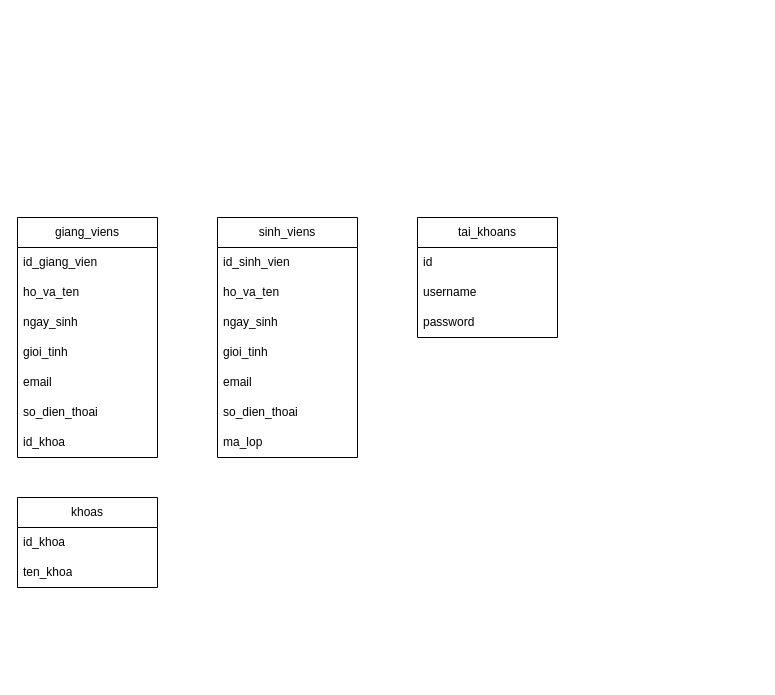
Before: CDIO4.drawio in danghoan03/danghoan03, a draw.io diagram. Source tidied: cells renumbered, new cells numbered last; positions are measured from the earlier drawing's top-left corner, leaving out a move shared by most shapes. Both pictures are drawn from the tidied source at 100%, with x=0, y=0 at pixel (17, 217).
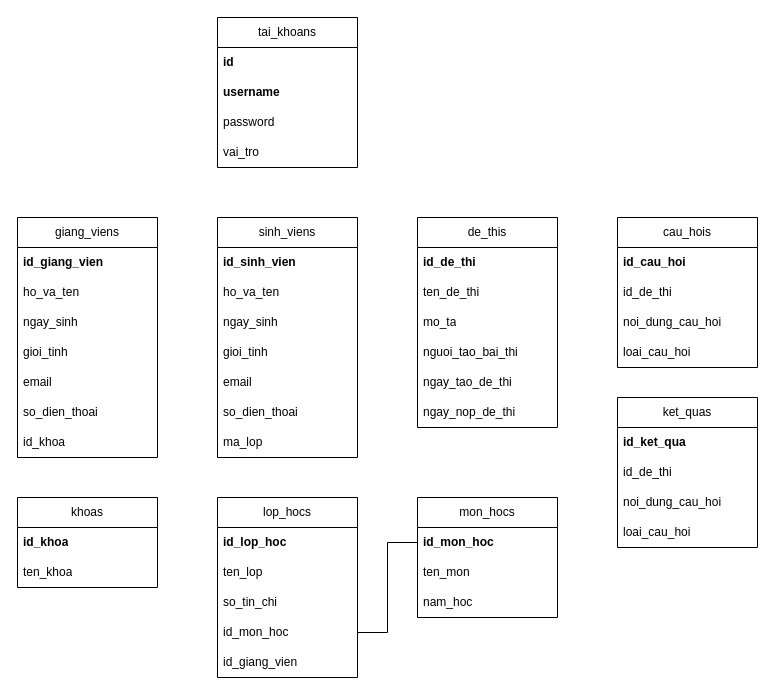
After the change.

Unchanged cells that the change refers to:
```xml
<mxCell id="2" value="giang_viens" style="swimlane;fontStyle=0;horizontal=1;startSize=30;whiteSpace=wrap;html=1;" parent="1" vertex="1">
  <mxGeometry width="140" height="240" as="geometry" />
</mxCell>
<mxCell id="10" value="sinh_viens" style="swimlane;fontStyle=0;horizontal=1;startSize=30;whiteSpace=wrap;html=1;" parent="1" vertex="1">
  <mxGeometry x="200" width="140" height="240" as="geometry" />
</mxCell>
<mxCell id="22" value="khoas" style="swimlane;fontStyle=0;horizontal=1;startSize=30;whiteSpace=wrap;html=1;" parent="1" vertex="1">
  <mxGeometry y="280" width="140" height="90" as="geometry" />
</mxCell>
```

What changed in the source:
```diff
@@
-    <mxCell id="3" value="id_giang_vien" style="text;strokeColor=none;fillColor=none;align=left;verticalAlign=middle;spacingLeft=4;spacingRight=4;overflow=hidden;whiteSpace=wrap;html=1;" parent="2" vertex="1">
+    <mxCell id="3" value="id_giang_vien" style="text;strokeColor=none;fillColor=none;align=left;verticalAlign=middle;spacingLeft=4;spacingRight=4;overflow=hidden;whiteSpace=wrap;html=1;fontStyle=1;" parent="2" vertex="1">
       <mxGeometry y="30" width="140" height="30" as="geometry" />
     </mxCell>
@@
-    <mxCell id="11" value="id_sinh_vien" style="text;strokeColor=none;fillColor=none;align=left;verticalAlign=middle;spacingLeft=4;spacingRight=4;overflow=hidden;whiteSpace=wrap;html=1;" parent="10" vertex="1">
+    <mxCell id="11" value="id_sinh_vien" style="text;strokeColor=none;fillColor=none;align=left;verticalAlign=middle;spacingLeft=4;spacingRight=4;overflow=hidden;whiteSpace=wrap;html=1;fontStyle=1;" parent="10" vertex="1">
       <mxGeometry y="30" width="140" height="30" as="geometry" />
     </mxCell>
@@
     <mxCell id="18" value="tai_khoans" style="swimlane;fontStyle=0;horizontal=1;startSize=30;whiteSpace=wrap;html=1;" parent="1" vertex="1">
-      <mxGeometry x="400" width="140" height="120" as="geometry" />
+      <mxGeometry x="200" y="-200" width="140" height="150" as="geometry" />
     </mxCell>
-    <mxCell id="19" value="id" style="text;strokeColor=none;fillColor=none;align=left;verticalAlign=middle;spacingLeft=4;spacingRight=4;overflow=hidden;whiteSpace=wrap;html=1;" parent="18" vertex="1">
+    <mxCell id="19" value="id" style="text;strokeColor=none;fillColor=none;align=left;verticalAlign=middle;spacingLeft=4;spacingRight=4;overflow=hidden;whiteSpace=wrap;html=1;fontStyle=1;" parent="18" vertex="1">
       <mxGeometry y="30" width="140" height="30" as="geometry" />
     </mxCell>
-    <mxCell id="20" value="username" style="text;strokeColor=none;fillColor=none;align=left;verticalAlign=middle;spacingLeft=4;spacingRight=4;overflow=hidden;whiteSpace=wrap;html=1;" parent="18" vertex="1">
+    <mxCell id="20" value="username" style="text;strokeColor=none;fillColor=none;align=left;verticalAlign=middle;spacingLeft=4;spacingRight=4;overflow=hidden;whiteSpace=wrap;html=1;fontStyle=1;" parent="18" vertex="1">
       <mxGeometry y="60" width="140" height="30" as="geometry" />
     </mxCell>
@@
+    <mxCell id="25" value="vai_tro" style="text;strokeColor=none;fillColor=none;align=left;verticalAlign=middle;spacingLeft=4;spacingRight=4;overflow=hidden;whiteSpace=wrap;html=1;" parent="18" vertex="1">
+      <mxGeometry y="120" width="140" height="30" as="geometry" />
+    </mxCell>
@@
-    <mxCell id="23" value="id_khoa" style="text;strokeColor=none;fillColor=none;align=left;verticalAlign=middle;spacingLeft=4;spacingRight=4;overflow=hidden;whiteSpace=wrap;html=1;" parent="22" vertex="1">
+    <mxCell id="23" value="id_khoa" style="text;strokeColor=none;fillColor=none;align=left;verticalAlign=middle;spacingLeft=4;spacingRight=4;overflow=hidden;whiteSpace=wrap;html=1;fontStyle=1;" parent="22" vertex="1">
       <mxGeometry y="30" width="140" height="30" as="geometry" />
     </mxCell>
@@
+    <mxCell id="26" value="lop_hocs" style="swimlane;fontStyle=0;horizontal=1;startSize=30;whiteSpace=wrap;html=1;" parent="1" vertex="1">
+      <mxGeometry x="200" y="280" width="140" height="180" as="geometry" />
+    </mxCell>
+    <mxCell id="27" value="id_lop_hoc" style="text;strokeColor=none;fillColor=none;align=left;verticalAlign=middle;spacingLeft=4;spacingRight=4;overflow=hidden;whiteSpace=wrap;html=1;fontStyle=1;" parent="26" vertex="1">
+      <mxGeometry y="30" width="140" height="30" as="geometry" />
+    </mxCell>
+    <mxCell id="28" value="ten_lop" style="text;strokeColor=none;fillColor=none;align=left;verticalAlign=middle;spacingLeft=4;spacingRight=4;overflow=hidden;whiteSpace=wrap;html=1;" parent="26" vertex="1">
+      <mxGeometry y="60" width="140" height="30" as="geometry" />
+    </mxCell>
+    <mxCell id="29" value="so_tin_chi" style="text;strokeColor=none;fillColor=none;align=left;verticalAlign=middle;spacingLeft=4;spacingRight=4;overflow=hidden;whiteSpace=wrap;html=1;" parent="26" vertex="1">
+      <mxGeometry y="90" width="140" height="30" as="geometry" />
+    </mxCell>
+    <mxCell id="30" value="id_mon_hoc" style="text;strokeColor=none;fillColor=none;align=left;verticalAlign=middle;spacingLeft=4;spacingRight=4;overflow=hidden;points=[[0,0.5],[1,0.5]];portConstraint=eastwest;whiteSpace=wrap;html=1;fontStyle=0;" parent="26" vertex="1">
+      <mxGeometry y="120" width="140" height="30" as="geometry" />
+    </mxCell>
+    <mxCell id="31" value="id_giang_vien" style="text;strokeColor=none;fillColor=none;align=left;verticalAlign=middle;spacingLeft=4;spacingRight=4;overflow=hidden;whiteSpace=wrap;html=1;fontStyle=0;" parent="26" vertex="1">
+      <mxGeometry y="150" width="140" height="30" as="geometry" />
+    </mxCell>
+    <mxCell id="32" value="mon_hocs" style="swimlane;fontStyle=0;horizontal=1;startSize=30;whiteSpace=wrap;html=1;" parent="1" vertex="1">
+      <mxGeometry x="400" y="280" width="140" height="120" as="geometry" />
+    </mxCell>
+    <mxCell id="33" value="id_mon_hoc" style="text;strokeColor=none;fillColor=none;align=left;verticalAlign=middle;spacingLeft=4;spacingRight=4;overflow=hidden;points=[[0,0.5],[1,0.5]];portConstraint=eastwest;whiteSpace=wrap;html=1;fontStyle=1;" parent="32" vertex="1">
+      <mxGeometry y="30" width="140" height="30" as="geometry" />
+    </mxCell>
+    <mxCell id="34" value="ten_mon" style="text;strokeColor=none;fillColor=none;align=left;verticalAlign=middle;spacingLeft=4;spacingRight=4;overflow=hidden;whiteSpace=wrap;html=1;" parent="32" vertex="1">
+      <mxGeometry y="60" width="140" height="30" as="geometry" />
+    </mxCell>
+    <mxCell id="35" value="nam_hoc" style="text;strokeColor=none;fillColor=none;align=left;verticalAlign=middle;spacingLeft=4;spacingRight=4;overflow=hidden;whiteSpace=wrap;html=1;" parent="32" vertex="1">
+      <mxGeometry y="90" width="140" height="30" as="geometry" />
+    </mxCell>
+    <mxCell id="36" style="edgeStyle=orthogonalEdgeStyle;rounded=0;jettySize=auto;html=1;exitX=0;exitY=0.5;exitDx=0;exitDy=0;entryX=1;entryY=0.5;entryDx=0;entryDy=0;endArrow=none;endFill=0;" parent="1" edge="1" source="33" target="30">
+      <mxGeometry relative="1" as="geometry" />
+    </mxCell>
+    <mxCell id="37" value="de_this" style="swimlane;fontStyle=0;horizontal=1;startSize=30;whiteSpace=wrap;html=1;" parent="1" vertex="1">
+      <mxGeometry x="400" width="140" height="210" as="geometry" />
+    </mxCell>
+    <mxCell id="38" value="id_de_thi" style="text;strokeColor=none;fillColor=none;align=left;verticalAlign=middle;spacingLeft=4;spacingRight=4;overflow=hidden;whiteSpace=wrap;html=1;fontStyle=1;" parent="37" vertex="1">
+      <mxGeometry y="30" width="140" height="30" as="geometry" />
+    </mxCell>
+    <mxCell id="39" value="ten_de_thi" style="text;strokeColor=none;fillColor=none;align=left;verticalAlign=middle;spacingLeft=4;spacingRight=4;overflow=hidden;whiteSpace=wrap;html=1;" parent="37" vertex="1">
+      <mxGeometry y="60" width="140" height="30" as="geometry" />
+    </mxCell>
+    <mxCell id="40" value="mo_ta" style="text;strokeColor=none;fillColor=none;align=left;verticalAlign=middle;spacingLeft=4;spacingRight=4;overflow=hidden;whiteSpace=wrap;html=1;" parent="37" vertex="1">
+      <mxGeometry y="90" width="140" height="30" as="geometry" />
+    </mxCell>
+    <mxCell id="41" value="nguoi_tao_bai_thi" style="text;strokeColor=none;fillColor=none;align=left;verticalAlign=middle;spacingLeft=4;spacingRight=4;overflow=hidden;whiteSpace=wrap;html=1;" parent="37" vertex="1">
+      <mxGeometry y="120" width="140" height="30" as="geometry" />
+    </mxCell>
+    <mxCell id="42" value="ngay_tao_de_thi" style="text;strokeColor=none;fillColor=none;align=left;verticalAlign=middle;spacingLeft=4;spacingRight=4;overflow=hidden;whiteSpace=wrap;html=1;" parent="37" vertex="1">
+      <mxGeometry y="150" width="140" height="30" as="geometry" />
+    </mxCell>
+    <mxCell id="43" value="ngay_nop_de_thi" style="text;strokeColor=none;fillColor=none;align=left;verticalAlign=middle;spacingLeft=4;spacingRight=4;overflow=hidden;whiteSpace=wrap;html=1;" parent="37" vertex="1">
+      <mxGeometry y="180" width="140" height="30" as="geometry" />
+    </mxCell>
+    <mxCell id="44" value="cau_hois" style="swimlane;fontStyle=0;horizontal=1;startSize=30;whiteSpace=wrap;html=1;" parent="1" vertex="1">
+      <mxGeometry x="600" width="140" height="150" as="geometry" />
+    </mxCell>
+    <mxCell id="45" value="id_cau_hoi" style="text;strokeColor=none;fillColor=none;align=left;verticalAlign=middle;spacingLeft=4;spacingRight=4;overflow=hidden;whiteSpace=wrap;html=1;fontStyle=1;" parent="44" vertex="1">
+      <mxGeometry y="30" width="140" height="30" as="geometry" />
+    </mxCell>
+    <mxCell id="46" value="id_de_thi" style="text;strokeColor=none;fillColor=none;align=left;verticalAlign=middle;spacingLeft=4;spacingRight=4;overflow=hidden;whiteSpace=wrap;html=1;" parent="44" vertex="1">
+      <mxGeometry y="60" width="140" height="30" as="geometry" />
+    </mxCell>
+    <mxCell id="47" value="noi_dung_cau_hoi" style="text;strokeColor=none;fillColor=none;align=left;verticalAlign=middle;spacingLeft=4;spacingRight=4;overflow=hidden;whiteSpace=wrap;html=1;" parent="44" vertex="1">
+      <mxGeometry y="90" width="140" height="30" as="geometry" />
+    </mxCell>
+    <mxCell id="48" value="loai_cau_hoi" style="text;strokeColor=none;fillColor=none;align=left;verticalAlign=middle;spacingLeft=4;spacingRight=4;overflow=hidden;whiteSpace=wrap;html=1;" parent="44" vertex="1">
+      <mxGeometry y="120" width="140" height="30" as="geometry" />
+    </mxCell>
+    <mxCell id="49" value="ket_quas" style="swimlane;fontStyle=0;horizontal=1;startSize=30;whiteSpace=wrap;html=1;" parent="1" vertex="1">
+      <mxGeometry x="600" y="180" width="140" height="150" as="geometry" />
+    </mxCell>
+    <mxCell id="50" value="id_ket_qua" style="text;strokeColor=none;fillColor=none;align=left;verticalAlign=middle;spacingLeft=4;spacingRight=4;overflow=hidden;whiteSpace=wrap;html=1;fontStyle=1;" parent="49" vertex="1">
+      <mxGeometry y="30" width="140" height="30" as="geometry" />
+    </mxCell>
+    <mxCell id="51" value="id_de_thi" style="text;strokeColor=none;fillColor=none;align=left;verticalAlign=middle;spacingLeft=4;spacingRight=4;overflow=hidden;whiteSpace=wrap;html=1;" parent="49" vertex="1">
+      <mxGeometry y="60" width="140" height="30" as="geometry" />
+    </mxCell>
+    <mxCell id="52" value="noi_dung_cau_hoi" style="text;strokeColor=none;fillColor=none;align=left;verticalAlign=middle;spacingLeft=4;spacingRight=4;overflow=hidden;whiteSpace=wrap;html=1;" parent="49" vertex="1">
+      <mxGeometry y="90" width="140" height="30" as="geometry" />
+    </mxCell>
+    <mxCell id="53" value="loai_cau_hoi" style="text;strokeColor=none;fillColor=none;align=left;verticalAlign=middle;spacingLeft=4;spacingRight=4;overflow=hidden;whiteSpace=wrap;html=1;" parent="49" vertex="1">
+      <mxGeometry y="120" width="140" height="30" as="geometry" />
+    </mxCell>
```
